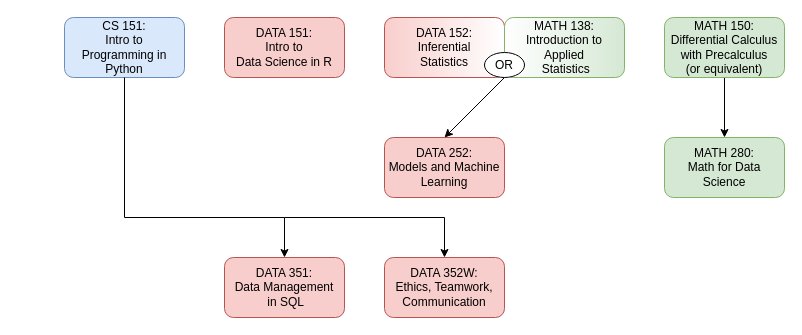
This is advising/photos/src_ds.drawio from cd-public/cd-public.github.io, a draw.io file, before an edit. Source tidied: cells renumbered, new cells numbered last; positions are measured from the earlier drawing's top-left corner, leaving out a move shared by most shapes. Both pictures are drawn from the tidied source at 100%, with x=0, y=0 at pixel (64, 17).
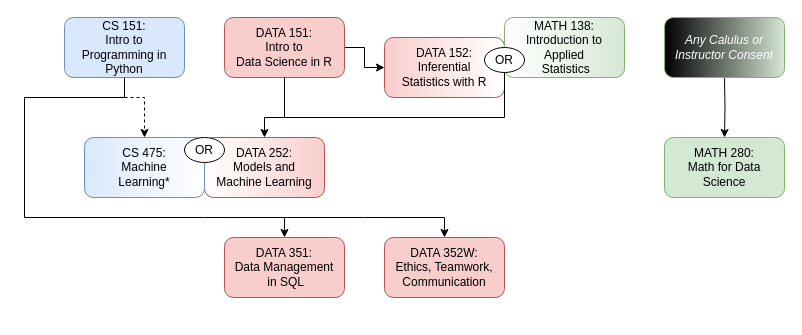
The same page after the edit.

The change refers to these unchanged cells:
```xml
<mxCell id="2" value="&lt;div&gt;CS 151: &lt;br&gt;&lt;/div&gt;&lt;div&gt;Intro to &lt;br&gt;&lt;/div&gt;&lt;div&gt;Programming in Python&lt;/div&gt;" style="rounded=1;whiteSpace=wrap;html=1;fillColor=#dae8fc;strokeColor=#6c8ebf;" parent="1" vertex="1">
  <mxGeometry width="120" height="60" as="geometry" />
</mxCell>
<mxCell id="3" value="&lt;div&gt;DATA 151:&lt;/div&gt;&lt;div&gt;Intro to &lt;br&gt;&lt;/div&gt;&lt;div&gt;Data Science in R&lt;br&gt;&lt;/div&gt;" style="rounded=1;whiteSpace=wrap;html=1;fillColor=#f8cecc;strokeColor=#b85450;" parent="1" vertex="1">
  <mxGeometry x="160" width="120" height="60" as="geometry" />
</mxCell>
<mxCell id="5" value="&lt;div&gt;MATH 280:&lt;/div&gt;&lt;div&gt;Math for Data Science&lt;br&gt;&lt;/div&gt;" style="rounded=1;whiteSpace=wrap;html=1;fillColor=#d5e8d4;strokeColor=#82b366;" parent="1" vertex="1">
  <mxGeometry x="600" y="120" width="120" height="60" as="geometry" />
</mxCell>
```

The edit, as a diff of the source:
```diff
@@
+    <mxCell id="16" style="edgeStyle=orthogonalEdgeStyle;rounded=0;jettySize=auto;html=1;" parent="1" edge="1" source="3" target="4">
+      <mxGeometry relative="1" as="geometry" />
+    </mxCell>
@@
-    <mxCell id="4" value="&lt;div&gt;DATA 152:&lt;/div&gt;&lt;div&gt;Inferential &lt;br&gt;&lt;/div&gt;&lt;div&gt;Statistics&lt;br&gt;&lt;/div&gt;" style="rounded=1;whiteSpace=wrap;html=1;fillColor=#f8cecc;strokeColor=#b85450;gradientColor=#ffffff;gradientDirection=east;" parent="1" vertex="1">
-      <mxGeometry x="320" width="120" height="60" as="geometry" />
+    <mxCell id="4" value="&lt;div&gt;DATA 152:&lt;/div&gt;&lt;div&gt;Inferential &lt;br&gt;&lt;/div&gt;&lt;div&gt;Statistics with R&lt;br&gt;&lt;/div&gt;" style="rounded=1;whiteSpace=wrap;html=1;fillColor=#f8cecc;strokeColor=#b85450;gradientColor=#ffffff;gradientDirection=east;" parent="1" vertex="1">
+      <mxGeometry x="320" y="20" width="120" height="60" as="geometry" />
     </mxCell>
@@
-    <mxCell id="6" value="&lt;div&gt;DATA 252:&lt;/div&gt;&lt;div&gt;Models and Machine Learning&lt;br&gt;&lt;/div&gt;" style="rounded=1;whiteSpace=wrap;html=1;fillColor=#f8cecc;strokeColor=#b85450;" parent="1" vertex="1">
-      <mxGeometry x="320" y="120" width="120" height="60" as="geometry" />
+    <mxCell id="6" value="&lt;div&gt;DATA 252:&lt;/div&gt;&lt;div&gt;Models and &lt;br&gt;&lt;/div&gt;&lt;div&gt;Machine Learning&lt;br&gt;&lt;/div&gt;" style="rounded=1;whiteSpace=wrap;html=1;fillColor=#f8cecc;strokeColor=#b85450;gradientColor=#FFFFFF;gradientDirection=west;" parent="1" vertex="1">
+      <mxGeometry x="140" y="120" width="120" height="60" as="geometry" />
     </mxCell>
     <mxCell id="7" value="&lt;div&gt;DATA 351:&lt;/div&gt;&lt;div&gt;Data Management&lt;/div&gt;&lt;div&gt;&amp;nbsp;in SQL&lt;br&gt;&lt;/div&gt;" style="rounded=1;whiteSpace=wrap;html=1;fillColor=#f8cecc;strokeColor=#b85450;" parent="1" vertex="1">
-      <mxGeometry x="160" y="240" width="120" height="60" as="geometry" />
+      <mxGeometry x="160" y="220" width="120" height="60" as="geometry" />
     </mxCell>
     <mxCell id="8" value="&lt;div&gt;DATA 352W:&lt;/div&gt;&lt;div&gt;Ethics, Teamwork,&lt;/div&gt;&lt;div&gt;Communication&lt;br&gt;&lt;/div&gt;" style="rounded=1;whiteSpace=wrap;html=1;fillColor=#f8cecc;strokeColor=#b85450;" parent="1" vertex="1">
-      <mxGeometry x="320" y="240" width="120" height="60" as="geometry" />
+      <mxGeometry x="320" y="220" width="120" height="60" as="geometry" />
     </mxCell>
     <mxCell id="9" style="endArrow=classic;html=1;rounded=0;exitX=0.5;exitY=1;exitDx=0;exitDy=0;" parent="1" edge="1" source="2">
       <mxGeometry relative="1" as="geometry">
-        <mxPoint x="220" y="240" as="targetPoint" />
+        <mxPoint x="220" y="220" as="targetPoint" />
         <Array as="points">
-          <mxPoint x="60" y="200" />
+          <mxPoint x="60" y="80" />
+          <mxPoint x="-40" y="80" />
+          <mxPoint x="-40" y="200" />
+          <mxPoint x="140" y="200" />
           <mxPoint x="220" y="200" />
         </Array>
       </mxGeometry>
     </mxCell>
     <mxCell id="10" style="endArrow=classic;html=1;rounded=0;entryX=0.5;entryY=0;entryDx=0;entryDy=0;" parent="1" edge="1" target="8">
       <mxGeometry relative="1" as="geometry">
         <mxPoint x="220" y="200" as="sourcePoint" />
         <Array as="points">
+          <mxPoint x="300" y="200" />
           <mxPoint x="380" y="200" />
         </Array>
       </mxGeometry>
     </mxCell>
-    <mxCell id="11" style="edgeStyle=orthogonalEdgeStyle;rounded=0;jettySize=auto;html=1;" parent="1" edge="1" source="12" target="5">
-      <mxGeometry relative="1" as="geometry" />
+    <mxCell id="11" style="edgeStyle=orthogonalEdgeStyle;rounded=0;jettySize=auto;html=1;" parent="1" edge="1" target="5">
+      <mxGeometry relative="1" as="geometry">
+        <mxPoint x="660" y="60" as="sourcePoint" />
+      </mxGeometry>
     </mxCell>
-    <mxCell id="12" value="&lt;div&gt;MATH 150: Differential Calculus with Precalculus&lt;/div&gt;&lt;div&gt;(or equivalent)&lt;br&gt;&lt;/div&gt;" style="rounded=1;whiteSpace=wrap;html=1;fillColor=#d5e8d4;strokeColor=#82b366;" parent="1" vertex="1">
-      <mxGeometry x="600" width="120" height="60" as="geometry" />
-    </mxCell>
@@
     <mxCell id="14" value="OR" style="ellipse;whiteSpace=wrap;html=1;" parent="1" vertex="1">
-      <mxGeometry x="420" y="35" width="40" height="25" as="geometry" />
+      <mxGeometry x="420" y="30" width="40" height="25" as="geometry" />
     </mxCell>
     <mxCell id="15" style="endArrow=classic;html=1;rounded=0;exitX=0.5;exitY=1;exitDx=0;exitDy=0;entryX=0.5;entryY=0;entryDx=0;entryDy=0;" parent="1" edge="1" source="14" target="6">
-      <mxGeometry relative="1" as="geometry" />
+      <mxGeometry relative="1" as="geometry">
+        <Array as="points">
+          <mxPoint x="440" y="100" />
+          <mxPoint x="220" y="100" />
+          <mxPoint x="200" y="100" />
+        </Array>
+      </mxGeometry>
     </mxCell>
+    <mxCell id="17" value="&lt;i&gt;&lt;font color=&quot;#FFFFFF&quot;&gt;Any Calulus or Instructor Consent&lt;/font&gt;&lt;/i&gt;" style="rounded=1;whiteSpace=wrap;html=1;fillColor=#d5e8d4;strokeColor=#82b366;sketch=0;gradientColor=#000000;gradientDirection=west;" parent="1" vertex="1">
+      <mxGeometry x="600" width="120" height="60" as="geometry" />
+    </mxCell>
+    <mxCell id="18" style="endArrow=none;html=1;rounded=0;entryX=0.5;entryY=1;entryDx=0;entryDy=0;" parent="1" edge="1" target="3">
+      <mxGeometry relative="1" as="geometry">
+        <mxPoint x="380" y="100" as="sourcePoint" />
+        <Array as="points">
+          <mxPoint x="220" y="100" />
+        </Array>
+      </mxGeometry>
+    </mxCell>
+    <mxCell id="19" value="&lt;div&gt;CS 475: &lt;br&gt;&lt;/div&gt;&lt;div&gt;Machine &lt;br&gt;&lt;/div&gt;&lt;div&gt;Learning*&lt;/div&gt;" style="rounded=1;whiteSpace=wrap;html=1;fillColor=#dae8fc;strokeColor=#6c8ebf;gradientColor=#FFFFFF;gradientDirection=east;" parent="1" vertex="1">
+      <mxGeometry x="20" y="120" width="120" height="60" as="geometry" />
+    </mxCell>
+    <mxCell id="20" value="OR" style="ellipse;whiteSpace=wrap;html=1;" parent="1" vertex="1">
+      <mxGeometry x="120" y="120" width="40" height="25" as="geometry" />
+    </mxCell>
+    <mxCell id="21" style="endArrow=classic;html=1;rounded=0;entryX=0.5;entryY=0;entryDx=0;entryDy=0;dashed=1;" parent="1" edge="1" target="19">
+      <mxGeometry relative="1" as="geometry">
+        <mxPoint x="60" y="80" as="sourcePoint" />
+        <Array as="points">
+          <mxPoint x="80" y="80" />
+        </Array>
+      </mxGeometry>
+    </mxCell>
```
